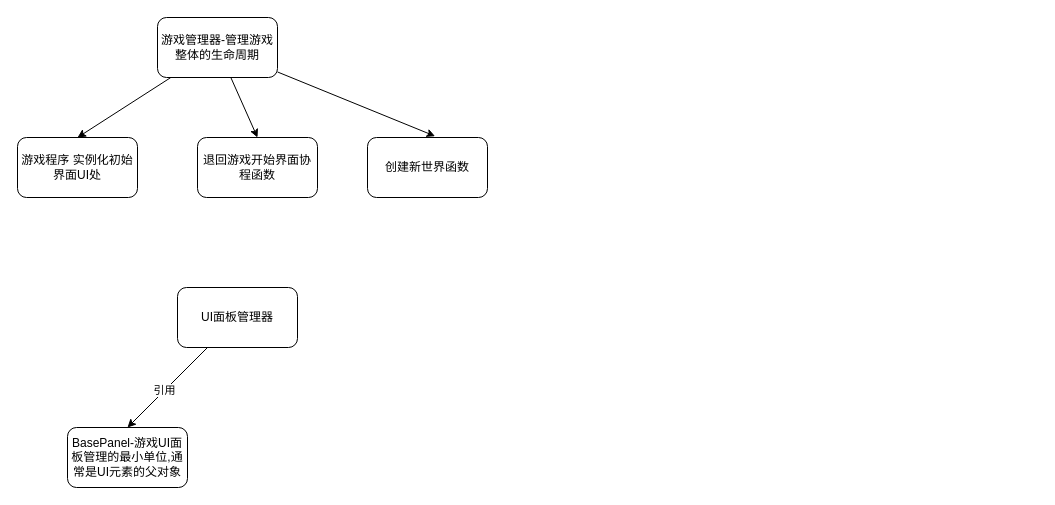
Earlier version of the draw.io diagram 开发文档文件夹/_Using/游戏代码架构图.drawio (XDIOEZ/TerraFlat). Source tidied: cells renumbered, new cells numbered last; positions are measured from the earlier drawing's top-left corner, leaving out a move shared by most shapes. Both pictures are drawn from the tidied source at 100%, with x=0, y=0 at pixel (17, 17).
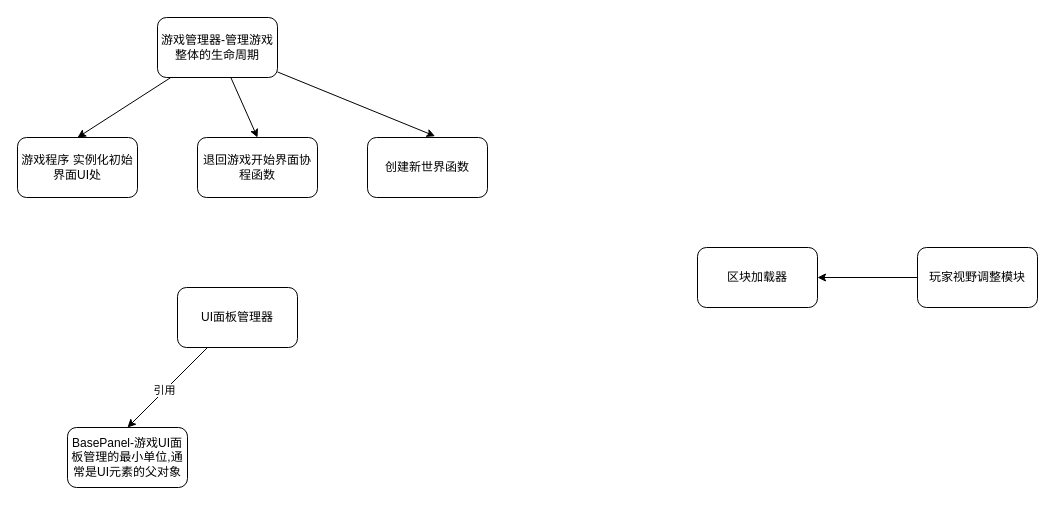
The same diagram, later.

Diff of the diagram source:
```diff
@@
 <mxGraphModel>
   <root>
     <mxCell id="0" />
     <mxCell id="1" parent="0" />
     <mxCell id="2" value="&lt;span style=&quot;text-align: left;&quot;&gt;游戏程序 实例化初始界面UI处&lt;/span&gt;" style="rounded=1;whiteSpace=wrap;html=1;" parent="1" vertex="1">
       <mxGeometry y="120" width="120" height="60" as="geometry" />
     </mxCell>
     <mxCell id="3" value="退回游戏开始界面协程函数" style="rounded=1;whiteSpace=wrap;html=1;" parent="1" vertex="1">
       <mxGeometry x="180" y="120" width="120" height="60" as="geometry" />
     </mxCell>
     <mxCell id="4" style="edgeStyle=none;rounded=0;jettySize=auto;html=1;entryX=0.5;entryY=0;entryDx=0;entryDy=0;" parent="1" edge="1" source="6" target="10">
       <mxGeometry relative="1" as="geometry" />
     </mxCell>
     <mxCell id="5" value="引用" style="edgeLabel;html=1;align=center;verticalAlign=middle;" parent="4" vertex="1">
       <mxGeometry x="0.1" relative="1" as="geometry">
         <mxPoint y="-1" as="offset" />
       </mxGeometry>
     </mxCell>
     <mxCell id="6" value="UI面板管理器" style="rounded=1;whiteSpace=wrap;html=1;" parent="1" vertex="1">
       <mxGeometry x="160" y="270" width="120" height="60" as="geometry" />
     </mxCell>
     <mxCell id="7" style="edgeStyle=none;rounded=0;jettySize=auto;html=1;entryX=0.5;entryY=0;entryDx=0;entryDy=0;" parent="1" edge="1" source="9" target="2">
       <mxGeometry relative="1" as="geometry" />
     </mxCell>
     <mxCell id="8" style="edgeStyle=none;rounded=0;jettySize=auto;html=1;entryX=0.5;entryY=0;entryDx=0;entryDy=0;" parent="1" edge="1" source="9" target="3">
       <mxGeometry relative="1" as="geometry" />
     </mxCell>
     <mxCell id="9" value="游戏管理器-管理游戏整体的生命周期" style="rounded=1;whiteSpace=wrap;html=1;" parent="1" vertex="1">
       <mxGeometry x="140" width="120" height="60" as="geometry" />
     </mxCell>
     <mxCell id="10" value="BasePanel-游戏UI面板管理的最小单位,通常是UI元素的父对象" style="rounded=1;whiteSpace=wrap;html=1;" parent="1" vertex="1">
       <mxGeometry x="50" y="410" width="120" height="60" as="geometry" />
     </mxCell>
     <mxCell id="11" value="创建新世界函数" style="rounded=1;whiteSpace=wrap;html=1;" parent="1" vertex="1">
       <mxGeometry x="350" y="120" width="120" height="60" as="geometry" />
     </mxCell>
     <mxCell id="12" style="edgeStyle=none;rounded=0;jettySize=auto;html=1;entryX=0.563;entryY=-0.022;entryDx=0;entryDy=0;entryPerimeter=0;" parent="1" edge="1" source="9" target="11">
       <mxGeometry relative="1" as="geometry" />
     </mxCell>
+    <mxCell id="13" value="区块加载器" style="rounded=1;whiteSpace=wrap;html=1;" parent="1" vertex="1">
+      <mxGeometry x="680" y="230" width="120" height="60" as="geometry" />
+    </mxCell>
+    <mxCell id="14" style="edgeStyle=orthogonalEdgeStyle;rounded=0;jettySize=auto;html=1;entryX=1;entryY=0.5;entryDx=0;entryDy=0;" parent="1" edge="1" source="15" target="13">
+      <mxGeometry relative="1" as="geometry" />
+    </mxCell>
+    <mxCell id="15" value="玩家视野调整模块" style="rounded=1;whiteSpace=wrap;html=1;" parent="1" vertex="1">
+      <mxGeometry x="900" y="230" width="120" height="60" as="geometry" />
+    </mxCell>
   </root>
 </mxGraphModel>
```
